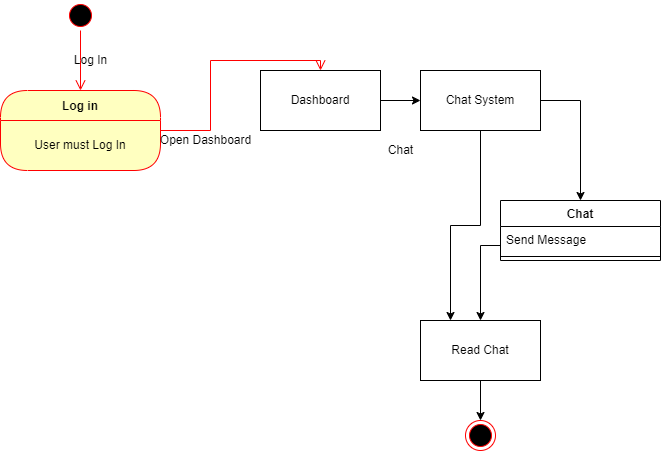
Arisa-Ndreu/test keeps this draw.io diagram as chatSystem.drawio.png. Above is the earlier version. Source tidied: cells renumbered, new cells last; positions are measured from the earlier drawing's top-left corner, leaving out a move shared by most shapes. Its diagram source:
```xml
<mxGraphModel>
  <root>
    <mxCell id="0" />
    <mxCell id="1" parent="0" />
    <mxCell id="2" value="Log in" style="swimlane;fontStyle=1;align=center;verticalAlign=middle;horizontal=1;startSize=30;fontColor=#000000;rounded=1;arcSize=30;strokeColor=#ff0000;fillColor=#ffffc0;swimlaneFillColor=#ffffc0;" parent="1" vertex="1">
      <mxGeometry y="90" width="160" height="80" as="geometry" />
    </mxCell>
    <mxCell id="3" value="User must Log In" style="text;html=1;strokeColor=none;fillColor=none;align=center;verticalAlign=middle;spacingLeft=4;spacingRight=4;whiteSpace=wrap;overflow=hidden;fontColor=#000000;" parent="2" vertex="1">
      <mxGeometry y="30" width="160" height="50" as="geometry" />
    </mxCell>
    <mxCell id="4" style="edgeStyle=orthogonalEdgeStyle;html=1;verticalAlign=bottom;endArrow=open;endSize=8;strokeColor=#ff0000;rounded=0;entryX=0.5;entryY=0;entryDx=0;entryDy=0;" parent="1" edge="1" source="2" target="7">
      <mxGeometry relative="1" as="geometry" />
    </mxCell>
    <mxCell id="5" style="ellipse;html=1;shape=startState;fillColor=#000000;strokeColor=#ff0000;" parent="1" vertex="1">
      <mxGeometry x="65" width="30" height="30" as="geometry" />
    </mxCell>
    <mxCell id="6" style="edgeStyle=orthogonalEdgeStyle;html=1;verticalAlign=bottom;endArrow=open;endSize=8;strokeColor=#ff0000;rounded=0;" parent="1" edge="1" source="5">
      <mxGeometry relative="1" as="geometry">
        <mxPoint x="80" y="90" as="targetPoint" />
      </mxGeometry>
    </mxCell>
    <mxCell id="7" value="Dashboard" style="rounded=0;whiteSpace=wrap;html=1;" parent="1" vertex="1">
      <mxGeometry x="260" y="70" width="120" height="60" as="geometry" />
    </mxCell>
    <mxCell id="8" value="Open Dashboard" style="text;html=1;align=center;verticalAlign=middle;strokeColor=none;fillColor=none;" parent="1" vertex="1">
      <mxGeometry x="150" y="130" width="110" height="20" as="geometry" />
    </mxCell>
    <mxCell id="9" value="Log In" style="text;html=1;align=center;verticalAlign=middle;strokeColor=none;fillColor=none;" parent="1" vertex="1">
      <mxGeometry x="65" y="50" width="50" height="20" as="geometry" />
    </mxCell>
    <mxCell id="10" style="edgeStyle=orthogonalEdgeStyle;rounded=0;jettySize=auto;html=1;exitX=1;exitY=0.5;exitDx=0;exitDy=0;entryX=0.5;entryY=0;entryDx=0;entryDy=0;" parent="1" edge="1" source="12" target="13">
      <mxGeometry relative="1" as="geometry" />
    </mxCell>
    <mxCell id="11" style="edgeStyle=orthogonalEdgeStyle;rounded=0;jettySize=auto;html=1;exitX=0.5;exitY=1;exitDx=0;exitDy=0;entryX=0.25;entryY=0;entryDx=0;entryDy=0;" parent="1" edge="1" source="12" target="21">
      <mxGeometry relative="1" as="geometry" />
    </mxCell>
    <mxCell id="12" value="Chat System" style="rounded=0;whiteSpace=wrap;html=1;" parent="1" vertex="1">
      <mxGeometry x="420" y="70" width="120" height="60" as="geometry" />
    </mxCell>
    <mxCell id="13" value="Chat" style="swimlane;fontStyle=1;align=center;verticalAlign=top;horizontal=1;startSize=26;" parent="1" vertex="1">
      <mxGeometry x="500" y="200" width="160" height="60" as="geometry" />
    </mxCell>
    <mxCell id="14" value="Send Message" style="text;strokeColor=none;fillColor=none;align=left;verticalAlign=top;spacingLeft=4;spacingRight=4;overflow=hidden;points=[[0,0.5],[1,0.5]];portConstraint=eastwest;" parent="13" vertex="1">
      <mxGeometry y="26" width="160" height="26" as="geometry" />
    </mxCell>
    <mxCell id="15" style="line;strokeWidth=1;fillColor=none;align=left;verticalAlign=middle;spacingTop=-1;spacingLeft=3;spacingRight=3;labelPosition=right;" parent="13" vertex="1">
      <mxGeometry y="52" width="160" height="8" as="geometry" />
    </mxCell>
    <mxCell id="16" style="endArrow=classic;html=1;rounded=0;exitX=1;exitY=0.5;exitDx=0;exitDy=0;entryX=0;entryY=0.5;entryDx=0;entryDy=0;" parent="1" edge="1" source="7" target="12">
      <mxGeometry relative="1" as="geometry" />
    </mxCell>
    <mxCell id="17" value="Chat" style="text;html=1;align=center;verticalAlign=middle;strokeColor=none;fillColor=none;" parent="1" vertex="1">
      <mxGeometry x="380" y="140" width="40" height="20" as="geometry" />
    </mxCell>
    <mxCell id="18" style="edgeStyle=orthogonalEdgeStyle;rounded=0;jettySize=auto;html=1;exitX=0;exitY=0.75;exitDx=0;exitDy=0;entryX=0.5;entryY=0;entryDx=0;entryDy=0;" parent="1" edge="1" source="13" target="21">
      <mxGeometry relative="1" as="geometry" />
    </mxCell>
    <mxCell id="19" style="ellipse;html=1;shape=endState;fillColor=#000000;strokeColor=#ff0000;" parent="1" vertex="1">
      <mxGeometry x="465" y="420" width="30" height="30" as="geometry" />
    </mxCell>
    <mxCell id="20" style="edgeStyle=orthogonalEdgeStyle;rounded=0;jettySize=auto;html=1;strokeColor=#000000;" parent="1" edge="1" source="21" target="19">
      <mxGeometry relative="1" as="geometry" />
    </mxCell>
    <mxCell id="21" value="Read Chat" style="rounded=0;whiteSpace=wrap;html=1;" parent="1" vertex="1">
      <mxGeometry x="420" y="320" width="120" height="60" as="geometry" />
    </mxCell>
  </root>
</mxGraphModel>
```
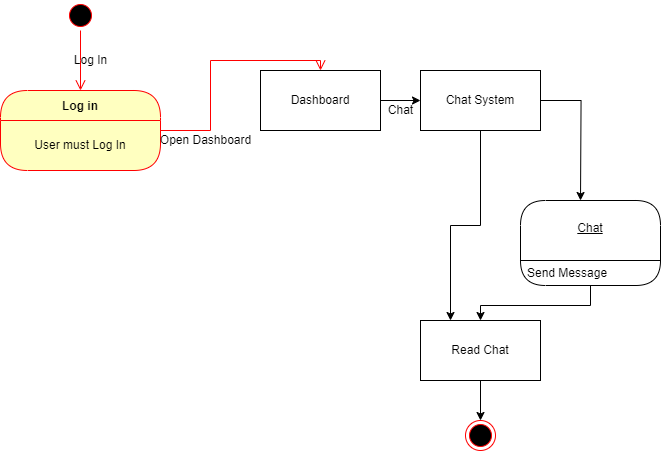
Later version of the same file.

The edit, as a diff of the source:
```diff
@@ -28,8 +28,10 @@
     <mxCell id="9" value="Log In" style="text;html=1;align=center;verticalAlign=middle;strokeColor=none;fillColor=none;" parent="1" vertex="1">
       <mxGeometry x="65" y="50" width="50" height="20" as="geometry" />
     </mxCell>
-    <mxCell id="10" style="edgeStyle=orthogonalEdgeStyle;rounded=0;jettySize=auto;html=1;exitX=1;exitY=0.5;exitDx=0;exitDy=0;entryX=0.5;entryY=0;entryDx=0;entryDy=0;" parent="1" edge="1" source="12" target="13">
-      <mxGeometry relative="1" as="geometry" />
+    <mxCell id="10" style="edgeStyle=orthogonalEdgeStyle;rounded=0;jettySize=auto;html=1;exitX=1;exitY=0.5;exitDx=0;exitDy=0;entryX=0.5;entryY=0;entryDx=0;entryDy=0;" parent="1" edge="1" source="12">
+      <mxGeometry relative="1" as="geometry">
+        <mxPoint x="580" y="200" as="targetPoint" />
+      </mxGeometry>
     </mxCell>
     <mxCell id="11" style="edgeStyle=orthogonalEdgeStyle;rounded=0;jettySize=auto;html=1;exitX=0.5;exitY=1;exitDx=0;exitDy=0;entryX=0.25;entryY=0;entryDx=0;entryDy=0;" parent="1" edge="1" source="12" target="21">
       <mxGeometry relative="1" as="geometry" />
@@ -37,23 +39,19 @@
     <mxCell id="12" value="Chat System" style="rounded=0;whiteSpace=wrap;html=1;" parent="1" vertex="1">
       <mxGeometry x="420" y="70" width="120" height="60" as="geometry" />
     </mxCell>
-    <mxCell id="13" value="Chat" style="swimlane;fontStyle=1;align=center;verticalAlign=top;horizontal=1;startSize=26;" parent="1" vertex="1">
-      <mxGeometry x="500" y="200" width="160" height="60" as="geometry" />
-    </mxCell>
-    <mxCell id="14" value="Send Message" style="text;strokeColor=none;fillColor=none;align=left;verticalAlign=top;spacingLeft=4;spacingRight=4;overflow=hidden;points=[[0,0.5],[1,0.5]];portConstraint=eastwest;" parent="13" vertex="1">
-      <mxGeometry y="26" width="160" height="26" as="geometry" />
-    </mxCell>
-    <mxCell id="15" style="line;strokeWidth=1;fillColor=none;align=left;verticalAlign=middle;spacingTop=-1;spacingLeft=3;spacingRight=3;labelPosition=right;" parent="13" vertex="1">
-      <mxGeometry y="52" width="160" height="8" as="geometry" />
-    </mxCell>
     <mxCell id="16" style="endArrow=classic;html=1;rounded=0;exitX=1;exitY=0.5;exitDx=0;exitDy=0;entryX=0;entryY=0.5;entryDx=0;entryDy=0;" parent="1" edge="1" source="7" target="12">
       <mxGeometry relative="1" as="geometry" />
     </mxCell>
     <mxCell id="17" value="Chat" style="text;html=1;align=center;verticalAlign=middle;strokeColor=none;fillColor=none;" parent="1" vertex="1">
-      <mxGeometry x="380" y="140" width="40" height="20" as="geometry" />
+      <mxGeometry x="380" y="100" width="40" height="20" as="geometry" />
     </mxCell>
-    <mxCell id="18" style="edgeStyle=orthogonalEdgeStyle;rounded=0;jettySize=auto;html=1;exitX=0;exitY=0.75;exitDx=0;exitDy=0;entryX=0.5;entryY=0;entryDx=0;entryDy=0;" parent="1" edge="1" source="13" target="21">
-      <mxGeometry relative="1" as="geometry" />
+    <mxCell id="18" style="edgeStyle=orthogonalEdgeStyle;rounded=0;jettySize=auto;html=1;entryX=0.5;entryY=0;entryDx=0;entryDy=0;" parent="1" edge="1" source="14" target="21">
+      <mxGeometry relative="1" as="geometry">
+        <Array as="points">
+          <mxPoint x="590" y="305" />
+          <mxPoint x="480" y="305" />
+        </Array>
+      </mxGeometry>
     </mxCell>
     <mxCell id="19" style="ellipse;html=1;shape=endState;fillColor=#000000;strokeColor=#ff0000;" parent="1" vertex="1">
       <mxGeometry x="465" y="420" width="30" height="30" as="geometry" />
@@ -64,5 +62,11 @@
     <mxCell id="21" value="Read Chat" style="rounded=0;whiteSpace=wrap;html=1;" parent="1" vertex="1">
       <mxGeometry x="420" y="320" width="120" height="60" as="geometry" />
     </mxCell>
+    <mxCell id="13" value="&lt;br&gt;Chat" style="swimlane;fontStyle=4;align=center;verticalAlign=top;horizontal=1;startSize=60;html=1;rounded=1;absoluteArcSize=1;arcSize=50;whiteSpace=wrap;" parent="1" vertex="1">
+      <mxGeometry x="520" y="200" width="140" height="85" as="geometry" />
+    </mxCell>
+    <mxCell id="14" value="Send Message" style="fillColor=none;strokeColor=none;align=left;verticalAlign=middle;spacingLeft=5;whiteSpace=wrap;html=1;" parent="13" vertex="1">
+      <mxGeometry y="60" width="140" height="25" as="geometry" />
+    </mxCell>
   </root>
 </mxGraphModel>
```
